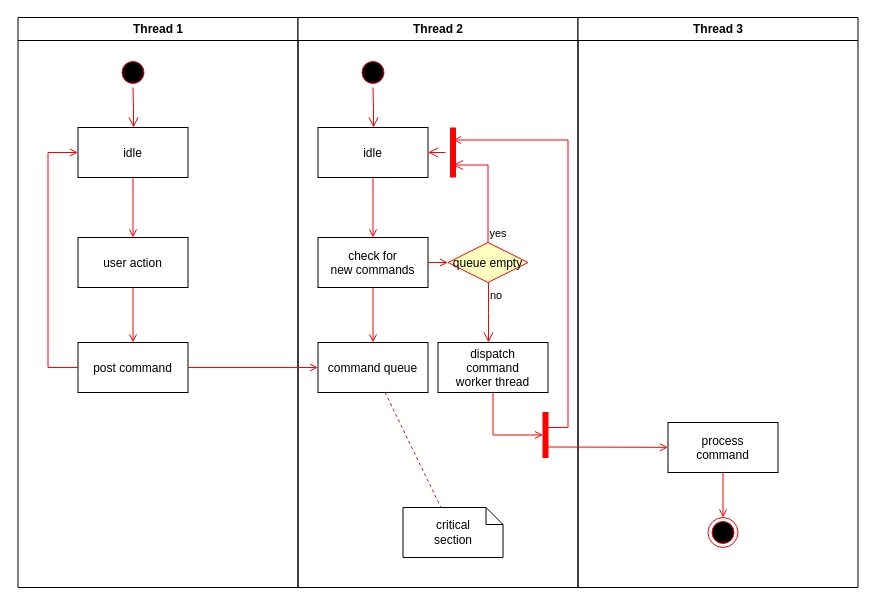
This is Untitled Diagram.drawio from imzhongqi/notebooks, a draw.io file, before an edit. Source tidied: cells renumbered, new cells numbered last; positions are measured from the earlier drawing's top-left corner, leaving out a move shared by most shapes. Both pictures are drawn from the tidied source at 100%, with x=0, y=0 at pixel (17, 17).
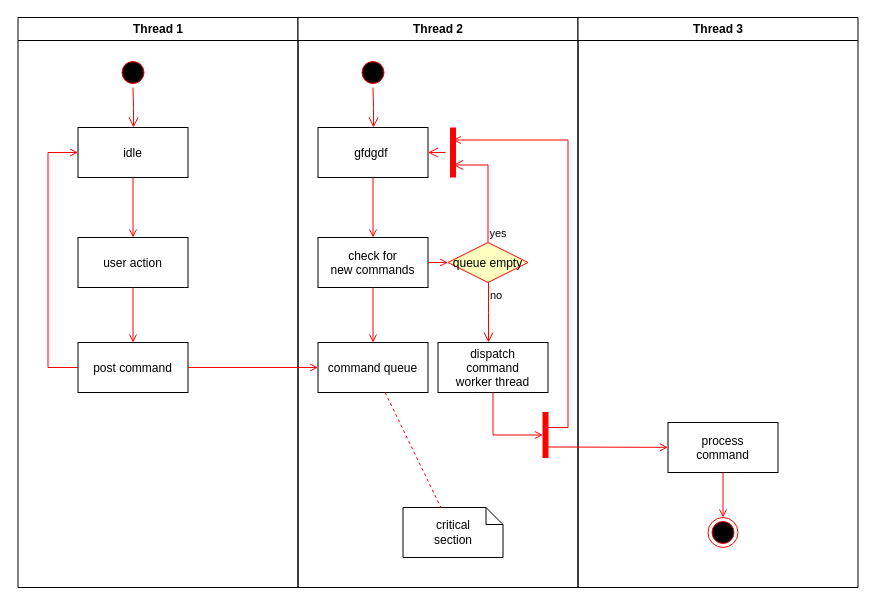
The same page after the edit.

The change refers to these unchanged cells:
```xml
<mxCell id="11" value="Thread 2" style="swimlane;whiteSpace=wrap;" parent="1" vertex="1">
  <mxGeometry x="280.5" width="280" height="570" as="geometry" />
</mxCell>
```

Diff of the diagram source:
```diff
@@
-    <mxCell id="14" value="idle" parent="11" vertex="1">
+    <mxCell id="14" value="gfdgdf " parent="11" vertex="1">
       <mxGeometry x="20" y="110" width="110" height="50" as="geometry" />
     </mxCell>
```
